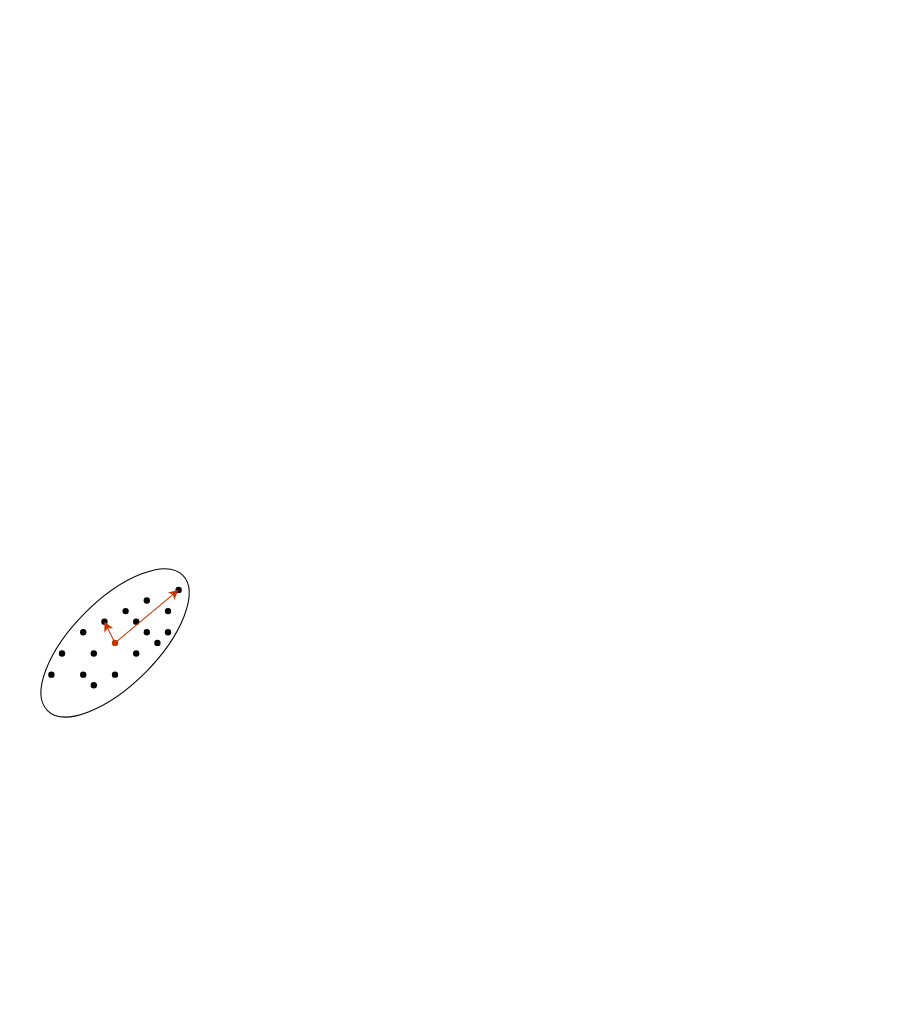
Earlier version of the draw.io diagram concept.drawio (SamirKipper/Ontopo). Source tidied: cells renumbered, new cells numbered last; positions are measured from the earlier drawing's top-left corner, leaving out a move shared by most shapes. Both pictures are drawn from the tidied source at 106%, with x=0, y=0 at pixel (19, 579).
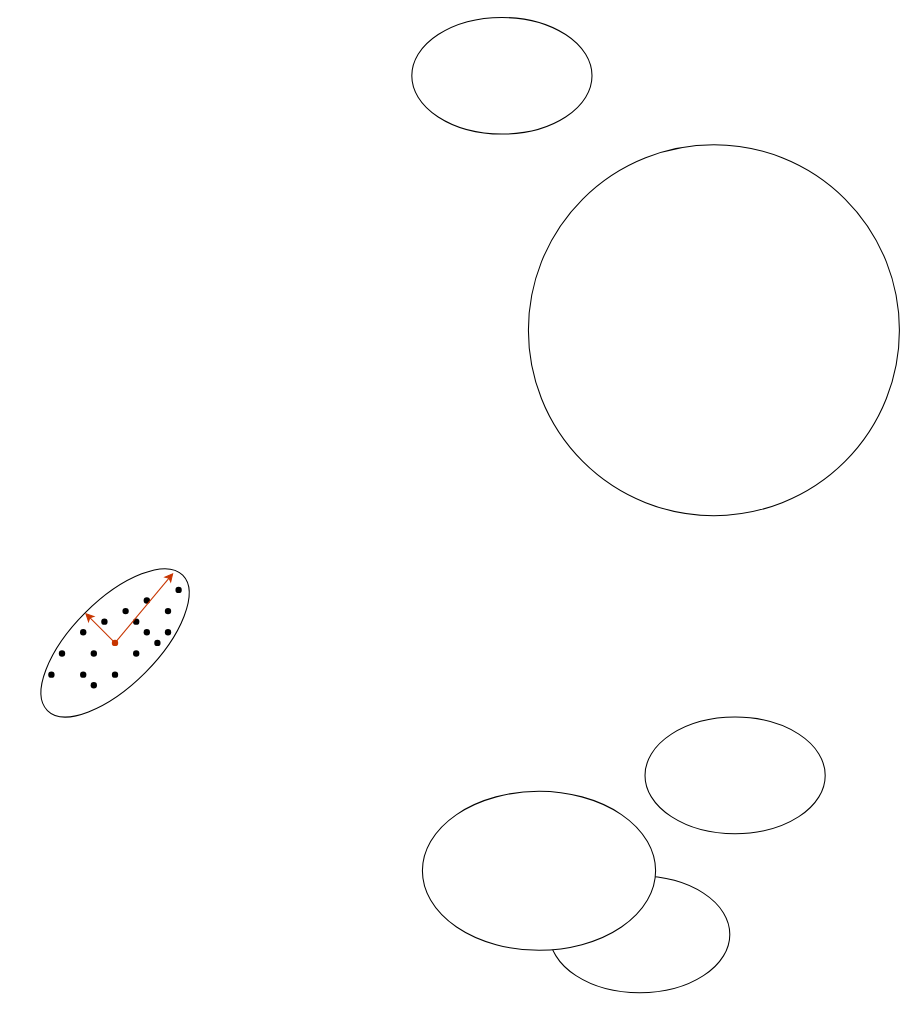
After the change.

The change refers to these unchanged cells:
```xml
<mxCell id="2" style="ellipse;whiteSpace=wrap;html=1;rotation=-45;" parent="1" vertex="1">
  <mxGeometry x="-0.2" y="20" width="180.5" height="80" as="geometry" />
</mxCell>
<mxCell id="10" style="shape=waypoint;sketch=0;fillStyle=solid;size=6;points=[];fillColor=none;perimeter=centerPerimeter;snapToPoint=1;" parent="1" vertex="1">
  <mxGeometry x="70" y="30" width="20" height="20" as="geometry" />
</mxCell>
<mxCell id="12" style="shape=waypoint;sketch=0;fillStyle=solid;size=6;points=[];fillColor=none;perimeter=centerPerimeter;snapToPoint=1;" parent="1" vertex="1">
  <mxGeometry x="140" width="20" height="20" as="geometry" />
</mxCell>
<mxCell id="21" style="shape=waypoint;sketch=0;fillStyle=solid;size=6;points=[];fillColor=#fa6800;perimeter=centerPerimeter;snapToPoint=1;fontColor=#000000;strokeColor=#C73500;" parent="1" vertex="1">
  <mxGeometry x="80" y="50" width="20" height="20" as="geometry" />
</mxCell>
```

The edit, as a diff of the source:
```diff
@@
+    <mxCell id="23" style="ellipse;whiteSpace=wrap;html=1;" parent="1" vertex="1">
+      <mxGeometry x="480" y="-410" width="350" height="350" as="geometry" />
+    </mxCell>
@@
-    <mxCell id="20" style="endArrow=classic;html=1;fillColor=#fa6800;strokeColor=#C73500;entryX=0.5;entryY=0.9;entryDx=0;entryDy=0;entryPerimeter=0;" parent="1" edge="1" source="21" target="12">
+    <mxCell id="20" style="endArrow=classic;html=1;fillColor=#fa6800;strokeColor=#C73500;entryX=0.974;entryY=0.403;entryDx=0;entryDy=0;entryPerimeter=0;" parent="1" edge="1" source="21" target="2">
       <mxGeometry relative="1" as="geometry" />
     </mxCell>
@@
-    <mxCell id="22" style="endArrow=classic;html=1;fillColor=#fa6800;strokeColor=#C73500;entryX=0.15;entryY=1.15;entryDx=0;entryDy=0;entryPerimeter=0;exitX=0.4;exitY=0.2;exitDx=0;exitDy=0;exitPerimeter=0;" parent="1" edge="1" source="21" target="10">
+    <mxCell id="22" style="endArrow=classic;html=1;fillColor=#fa6800;strokeColor=#C73500;entryX=0.5;entryY=0;entryDx=0;entryDy=0;exitX=0.4;exitY=0.2;exitDx=0;exitDy=0;exitPerimeter=0;" parent="1" edge="1" source="21" target="2">
       <mxGeometry relative="1" as="geometry" />
     </mxCell>
+    <mxCell id="24" style="ellipse;whiteSpace=wrap;html=1;" parent="1" vertex="1">
+      <mxGeometry x="500" y="280" width="170" height="110" as="geometry" />
+    </mxCell>
+    <mxCell id="25" style="ellipse;whiteSpace=wrap;html=1;" parent="1" vertex="1">
+      <mxGeometry x="380" y="200" width="220" height="150" as="geometry" />
+    </mxCell>
+    <mxCell id="26" style="ellipse;whiteSpace=wrap;html=1;" parent="1" vertex="1">
+      <mxGeometry x="590" y="130" width="170" height="110" as="geometry" />
+    </mxCell>
+    <mxCell id="27" style="ellipse;whiteSpace=wrap;html=1;" parent="1" vertex="1">
+      <mxGeometry x="370" y="-530" width="170" height="110" as="geometry" />
+    </mxCell>
```
